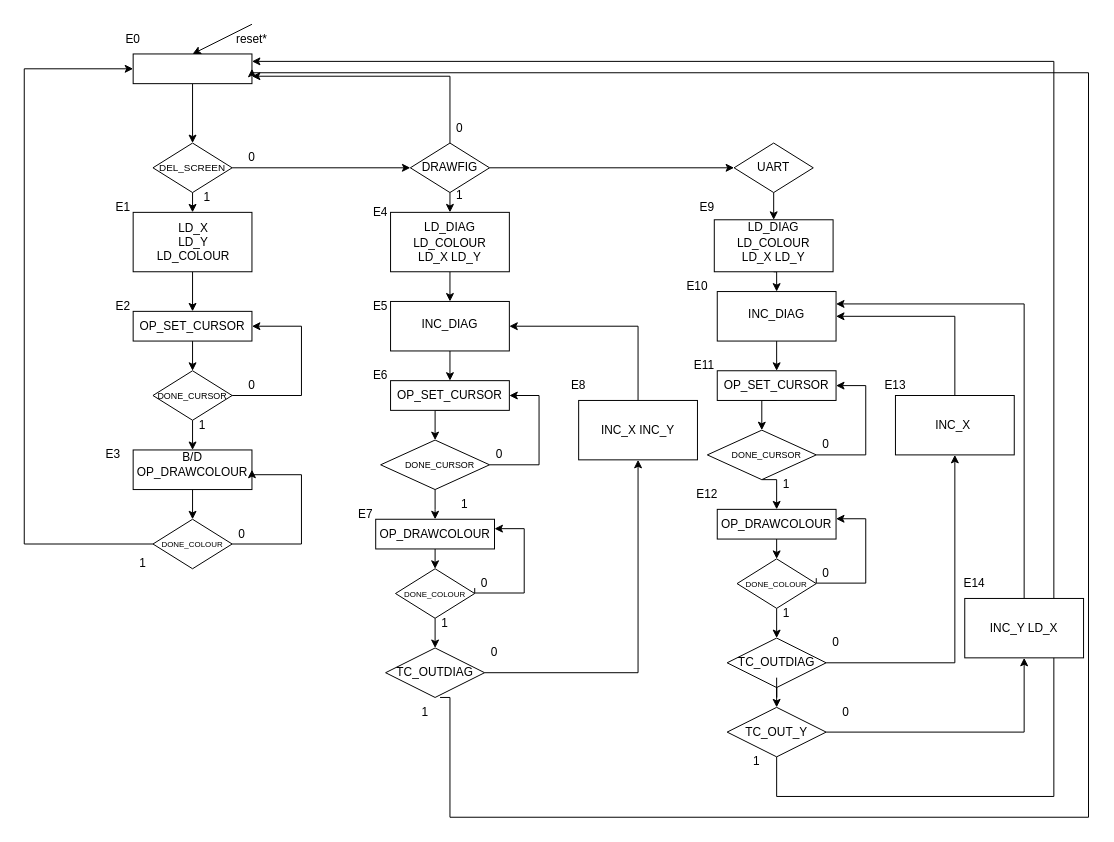
Before: Proyecto/Diseños/Lcd_draw_uc.drawio in marcosChoucino/SIstemasDigitales, a draw.io diagram. Source tidied: cells renumbered, new cells numbered last; positions are measured from the earlier drawing's top-left corner, leaving out a move shared by most shapes. Both pictures are drawn from the tidied source at 99%, with x=0, y=0 at pixel (24, 24).
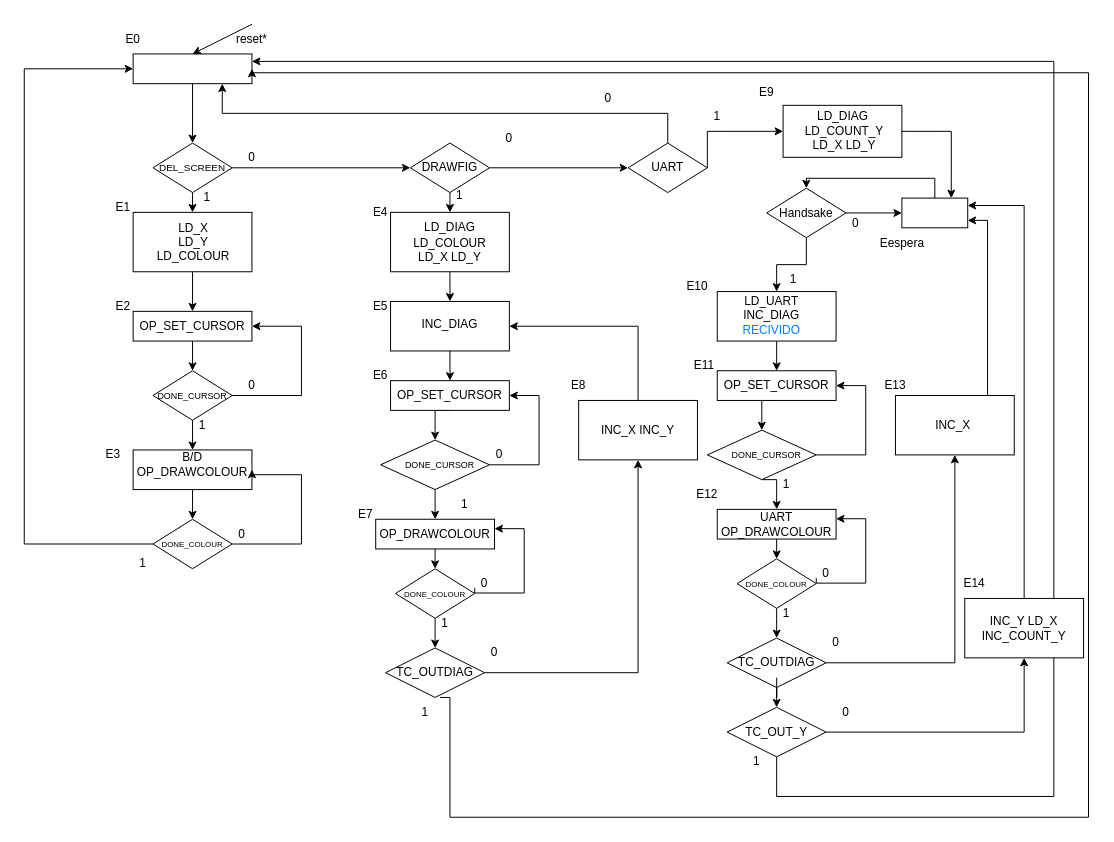
The same page after the edit.

Unchanged cells that the change refers to:
```xml
<mxCell id="3" style="rounded=0;whiteSpace=wrap;html=1;" parent="1" vertex="1">
  <mxGeometry x="110" y="30" width="120" height="30" as="geometry" />
</mxCell>
<mxCell id="24" style="rhombus;whiteSpace=wrap;html=1;" parent="1" vertex="1">
  <mxGeometry x="390" y="120" width="80" height="50" as="geometry" />
</mxCell>
<mxCell id="88" style="rounded=0;whiteSpace=wrap;html=1;" parent="1" vertex="1">
  <mxGeometry x="700" y="270" width="120" height="50" as="geometry" />
</mxCell>
<mxCell id="114" value="INC_X&amp;nbsp;" style="whiteSpace=wrap;html=1;" parent="1" vertex="1">
  <mxGeometry x="880" y="375" width="120" height="60" as="geometry" />
</mxCell>
```

The edit, as a diff of the source:
```diff
@@
-    <mxCell id="21" style="edgeStyle=orthogonalEdgeStyle;rounded=0;jettySize=auto;html=1;exitX=0.5;exitY=0;exitDx=0;exitDy=0;entryX=1;entryY=0.75;entryDx=0;entryDy=0;" parent="1" edge="1" source="24" target="3">
-      <mxGeometry relative="1" as="geometry" />
-    </mxCell>
@@
     <mxCell id="60" value="0" style="text;html=1;strokeColor=none;fillColor=none;align=center;verticalAlign=middle;whiteSpace=wrap;rounded=0;" parent="1" vertex="1">
-      <mxGeometry x="410" y="90" width="60" height="30" as="geometry" />
+      <mxGeometry x="460" y="100" width="60" height="30" as="geometry" />
     </mxCell>
@@
+    <mxCell id="130" style="edgeStyle=orthogonalEdgeStyle;rounded=0;jettySize=auto;html=1;exitX=0.5;exitY=0;exitDx=0;exitDy=0;entryX=0.75;entryY=1;entryDx=0;entryDy=0;" parent="1" edge="1" source="79" target="3">
+      <mxGeometry relative="1" as="geometry" />
+    </mxCell>
-    <mxCell id="78" style="edgeStyle=orthogonalEdgeStyle;rounded=0;jettySize=auto;html=1;exitX=0.5;exitY=1;exitDx=0;exitDy=0;entryX=0.5;entryY=0;entryDx=0;entryDy=0;" parent="1" edge="1" source="79" target="82">
-      <mxGeometry relative="1" as="geometry" />
+    <mxCell id="78" style="edgeStyle=orthogonalEdgeStyle;rounded=0;jettySize=auto;html=1;exitX=1;exitY=0.5;exitDx=0;exitDy=0;entryX=0;entryY=0.5;entryDx=0;entryDy=0;" parent="1" edge="1" source="79" target="82">
+      <mxGeometry relative="1" as="geometry">
+        <Array as="points">
+          <mxPoint x="690" y="108" />
+        </Array>
+      </mxGeometry>
     </mxCell>
     <mxCell id="79" style="rhombus;whiteSpace=wrap;html=1;" parent="1" vertex="1">
-      <mxGeometry x="717" y="120" width="80" height="50" as="geometry" />
+      <mxGeometry x="610" y="120" width="80" height="50" as="geometry" />
     </mxCell>
     <mxCell id="80" value="UART" style="text;html=1;strokeColor=none;fillColor=none;align=center;verticalAlign=middle;whiteSpace=wrap;rounded=0;" parent="1" vertex="1">
-      <mxGeometry x="727" y="130" width="60" height="30" as="geometry" />
+      <mxGeometry x="620" y="130" width="60" height="30" as="geometry" />
     </mxCell>
-    <mxCell id="81" style="edgeStyle=orthogonalEdgeStyle;rounded=0;jettySize=auto;html=1;exitX=0.5;exitY=1;exitDx=0;exitDy=0;entryX=0.5;entryY=0;entryDx=0;entryDy=0;" parent="1" edge="1" source="82" target="101">
-      <mxGeometry relative="1" as="geometry" />
-    </mxCell>
+    <mxCell id="131" style="edgeStyle=orthogonalEdgeStyle;rounded=0;jettySize=auto;html=1;exitX=1;exitY=0.5;exitDx=0;exitDy=0;entryX=0.75;entryY=0;entryDx=0;entryDy=0;" parent="1" edge="1" source="82" target="137">
+      <mxGeometry relative="1" as="geometry" />
+    </mxCell>
     <mxCell id="82" style="rounded=0;whiteSpace=wrap;html=1;" parent="1" vertex="1">
-      <mxGeometry x="697" y="197.5" width="120" height="52.5" as="geometry" />
+      <mxGeometry x="766.5" y="81.9" width="120" height="52.5" as="geometry" />
     </mxCell>
@@
     <mxCell id="85" value="LD_DIAG" style="text;html=1;strokeColor=none;fillColor=none;align=center;verticalAlign=middle;whiteSpace=wrap;rounded=0;" parent="1" vertex="1">
-      <mxGeometry x="727" y="197.5" width="60" height="15" as="geometry" />
+      <mxGeometry x="796.5" y="85" width="60" height="15" as="geometry" />
     </mxCell>
-    <mxCell id="86" value="LD_COLOUR&lt;br&gt;&lt;div&gt;LD_X&amp;nbsp;&lt;span style=&quot;background-color: initial;&quot;&gt;LD_Y&lt;/span&gt;&lt;/div&gt;" style="text;html=1;strokeColor=none;fillColor=none;align=center;verticalAlign=middle;whiteSpace=wrap;rounded=0;" parent="1" vertex="1">
-      <mxGeometry x="727" y="212.5" width="60" height="30" as="geometry" />
+    <mxCell id="86" value="&lt;br&gt;LD_COUNT_Y&lt;br&gt;&lt;div&gt;LD_X&amp;nbsp;&lt;span style=&quot;background-color: initial;&quot;&gt;LD_Y&lt;/span&gt;&lt;/div&gt;" style="text;html=1;strokeColor=none;fillColor=none;align=center;verticalAlign=middle;whiteSpace=wrap;rounded=0;" parent="1" vertex="1">
+      <mxGeometry x="796.5" y="93.1" width="63" height="30" as="geometry" />
     </mxCell>
@@
-    <mxCell id="101" value="&lt;br&gt;INC_DIAG" style="text;html=1;strokeColor=none;fillColor=none;align=center;verticalAlign=middle;whiteSpace=wrap;rounded=0;" parent="1" vertex="1">
-      <mxGeometry x="730" y="270" width="60" height="30" as="geometry" />
+    <mxCell id="101" value="LD_UART&lt;br&gt;INC_DIAG&lt;br&gt;&lt;font color=&quot;#007fff&quot;&gt;RECIVIDO&lt;/font&gt;" style="text;html=1;strokeColor=none;fillColor=none;align=center;verticalAlign=middle;whiteSpace=wrap;rounded=0;" parent="1" vertex="1">
+      <mxGeometry x="720" y="279" width="70" height="30" as="geometry" />
     </mxCell>
@@
-    <mxCell id="106" value="0" style="text;html=1;strokeColor=none;fillColor=none;align=center;verticalAlign=middle;whiteSpace=wrap;rounded=0;" parent="1" vertex="1">
-      <mxGeometry x="780" y="410" width="60" height="30" as="geometry" />
-    </mxCell>
@@
-    <mxCell id="112" value="OP_DRAWCOLOUR" style="text;html=1;strokeColor=none;fillColor=none;align=center;verticalAlign=middle;whiteSpace=wrap;rounded=0;" parent="1" vertex="1">
+    <mxCell id="112" value="UART&lt;br&gt;OP_DRAWCOLOUR" style="text;html=1;strokeColor=none;fillColor=none;align=center;verticalAlign=middle;whiteSpace=wrap;rounded=0;" parent="1" vertex="1">
       <mxGeometry x="730" y="490" width="60" height="30" as="geometry" />
     </mxCell>
-    <mxCell id="113" style="edgeStyle=orthogonalEdgeStyle;rounded=0;jettySize=auto;html=1;exitX=0.5;exitY=0;exitDx=0;exitDy=0;entryX=1;entryY=0.5;entryDx=0;entryDy=0;" parent="1" edge="1" source="114" target="88">
-      <mxGeometry relative="1" as="geometry" />
-    </mxCell>
+    <mxCell id="132" style="edgeStyle=orthogonalEdgeStyle;rounded=0;jettySize=auto;html=1;exitX=0.5;exitY=0;exitDx=0;exitDy=0;entryX=1;entryY=0.75;entryDx=0;entryDy=0;" parent="1" edge="1" source="114" target="137">
+      <mxGeometry relative="1" as="geometry">
+        <Array as="points">
+          <mxPoint x="973" y="375" />
+          <mxPoint x="973" y="198" />
+        </Array>
+      </mxGeometry>
+    </mxCell>
@@
-    <mxCell id="118" style="edgeStyle=orthogonalEdgeStyle;rounded=0;jettySize=auto;html=1;exitX=0.5;exitY=0;exitDx=0;exitDy=0;entryX=1;entryY=0.25;entryDx=0;entryDy=0;" parent="1" edge="1" source="119" target="88">
+    <mxCell id="118" style="edgeStyle=orthogonalEdgeStyle;rounded=0;jettySize=auto;html=1;exitX=0.5;exitY=0;exitDx=0;exitDy=0;entryX=1;entryY=0.25;entryDx=0;entryDy=0;" parent="1" edge="1" source="119" target="137">
       <mxGeometry relative="1" as="geometry">
         <Array as="points">
-          <mxPoint x="1010" y="580" />
-          <mxPoint x="1010" y="283" />
+          <mxPoint x="1010" y="183" />
         </Array>
       </mxGeometry>
     </mxCell>
-    <mxCell id="119" value="INC_Y LD_X" style="whiteSpace=wrap;html=1;" parent="1" vertex="1">
+    <mxCell id="119" value="INC_Y LD_X INC_COUNT_Y" style="whiteSpace=wrap;html=1;" parent="1" vertex="1">
       <mxGeometry x="950" y="580" width="120" height="60" as="geometry" />
     </mxCell>
@@
     <mxCell id="124" value="E9" style="text;html=1;strokeColor=none;fillColor=none;align=center;verticalAlign=middle;whiteSpace=wrap;rounded=0;" parent="1" vertex="1">
-      <mxGeometry x="660" y="170" width="60" height="30" as="geometry" />
+      <mxGeometry x="720" y="54.4" width="60" height="30" as="geometry" />
     </mxCell>
@@
+    <mxCell id="133" style="edgeStyle=orthogonalEdgeStyle;rounded=0;jettySize=auto;html=1;" parent="1" edge="1" source="135" target="137">
+      <mxGeometry relative="1" as="geometry" />
+    </mxCell>
+    <mxCell id="134" style="edgeStyle=orthogonalEdgeStyle;rounded=0;jettySize=auto;html=1;exitX=0.5;exitY=1;exitDx=0;exitDy=0;entryX=0.5;entryY=0;entryDx=0;entryDy=0;" parent="1" edge="1" source="135" target="88">
+      <mxGeometry relative="1" as="geometry" />
+    </mxCell>
+    <mxCell id="135" value="Handsake" style="rhombus;whiteSpace=wrap;html=1;" parent="1" vertex="1">
+      <mxGeometry x="750" y="165.6" width="80" height="50" as="geometry" />
+    </mxCell>
+    <mxCell id="136" style="edgeStyle=orthogonalEdgeStyle;rounded=0;jettySize=auto;html=1;exitX=0.5;exitY=0;exitDx=0;exitDy=0;entryX=0.5;entryY=0;entryDx=0;entryDy=0;" parent="1" edge="1" source="137" target="135">
+      <mxGeometry relative="1" as="geometry" />
+    </mxCell>
+    <mxCell id="137" style="whiteSpace=wrap;html=1;" parent="1" vertex="1">
+      <mxGeometry x="886.5" y="175.6" width="66.5" height="30" as="geometry" />
+    </mxCell>
+    <mxCell id="138" value="0" style="text;html=1;strokeColor=none;fillColor=none;align=center;verticalAlign=middle;whiteSpace=wrap;rounded=0;" parent="1" vertex="1">
+      <mxGeometry x="810" y="185.6" width="60" height="30" as="geometry" />
+    </mxCell>
+    <mxCell id="139" value="1" style="text;html=1;strokeColor=none;fillColor=none;align=center;verticalAlign=middle;whiteSpace=wrap;rounded=0;" parent="1" vertex="1">
+      <mxGeometry x="670" y="77.5" width="60" height="30" as="geometry" />
+    </mxCell>
+    <mxCell id="140" value="1" style="text;html=1;strokeColor=none;fillColor=none;align=center;verticalAlign=middle;whiteSpace=wrap;rounded=0;" parent="1" vertex="1">
+      <mxGeometry x="747" y="242.5" width="60" height="30" as="geometry" />
+    </mxCell>
+    <mxCell id="141" value="0" style="text;html=1;strokeColor=none;fillColor=none;align=center;verticalAlign=middle;whiteSpace=wrap;rounded=0;" parent="1" vertex="1">
+      <mxGeometry x="560" y="60" width="60" height="30" as="geometry" />
+    </mxCell>
+    <mxCell id="142" value="Eespera" style="text;html=1;strokeColor=none;fillColor=none;align=center;verticalAlign=middle;whiteSpace=wrap;rounded=0;" parent="1" vertex="1">
+      <mxGeometry x="856.5" y="205.6" width="60" height="30" as="geometry" />
+    </mxCell>
```
